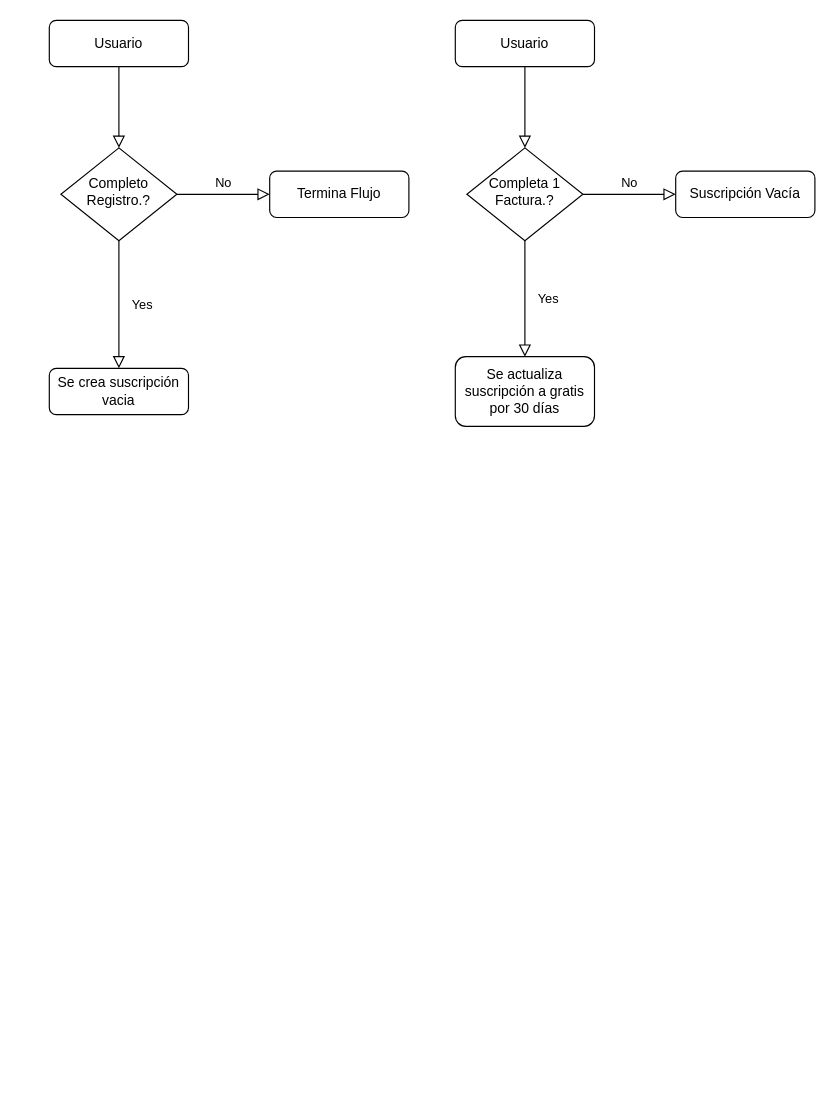
Nkarsia/Kupuna keeps this draw.io diagram as Diagrama sin título.drawio. Above is the earlier version. Source tidied: cells renumbered, new cells numbered last; positions are measured from the earlier drawing's top-left corner, leaving out a move shared by most shapes. Both pictures are drawn from the tidied source at 116%, with x=0, y=0 at pixel (49, 20).
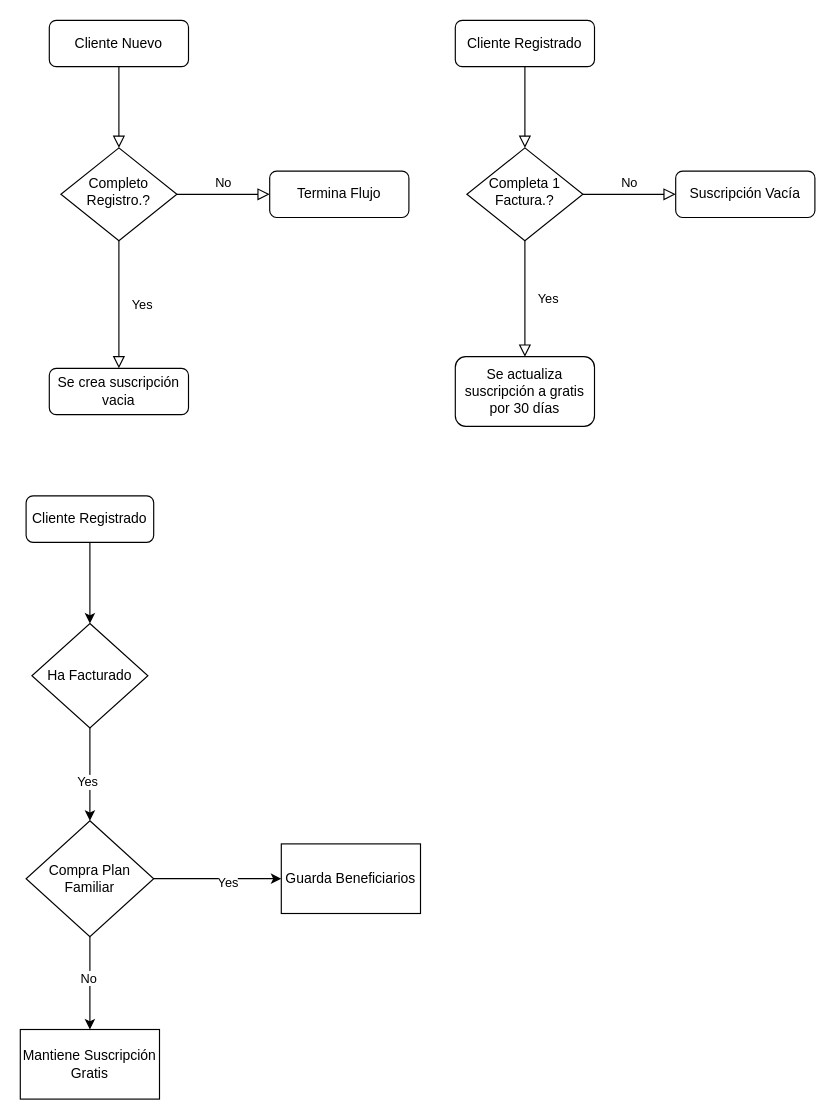
The same page after the edit.

The edit, as a diff of the source:
```diff
@@
-    <mxCell id="3" value="Usuario" style="rounded=1;whiteSpace=wrap;html=1;fontSize=12;glass=0;strokeWidth=1;shadow=0;" parent="1" vertex="1">
+    <mxCell id="3" value="Cliente Nuevo" style="rounded=1;whiteSpace=wrap;html=1;fontSize=12;glass=0;strokeWidth=1;shadow=0;" parent="1" vertex="1">
       <mxGeometry width="120" height="40" as="geometry" />
     </mxCell>
@@
-    <mxCell id="10" value="Usuario" style="rounded=1;whiteSpace=wrap;html=1;fontSize=12;glass=0;strokeWidth=1;shadow=0;" parent="1" vertex="1">
+    <mxCell id="10" value="Cliente Registrado" style="rounded=1;whiteSpace=wrap;html=1;fontSize=12;glass=0;strokeWidth=1;shadow=0;" parent="1" vertex="1">
       <mxGeometry x="350" width="120" height="40" as="geometry" />
     </mxCell>
@@
+    <mxCell id="16" style="edgeStyle=orthogonalEdgeStyle;rounded=0;jettySize=auto;html=1;entryX=0.5;entryY=0;entryDx=0;entryDy=0;" parent="1" edge="1" source="17" target="24">
+      <mxGeometry relative="1" as="geometry" />
+    </mxCell>
+    <mxCell id="17" value="Cliente Registrado" style="rounded=1;whiteSpace=wrap;html=1;fontSize=12;glass=0;strokeWidth=1;shadow=0;" parent="1" vertex="1">
+      <mxGeometry x="-20" y="410" width="110" height="40" as="geometry" />
+    </mxCell>
+    <mxCell id="18" style="edgeStyle=orthogonalEdgeStyle;rounded=0;jettySize=auto;html=1;" parent="1" edge="1" source="21" target="22">
+      <mxGeometry relative="1" as="geometry" />
+    </mxCell>
+    <mxCell id="19" value="Yes" style="edgeLabel;html=1;align=center;verticalAlign=middle;" parent="18" vertex="1">
+      <mxGeometry x="0.15" y="-3" relative="1" as="geometry" />
+    </mxCell>
+    <mxCell id="20" style="edgeStyle=orthogonalEdgeStyle;rounded=0;jettySize=auto;html=1;" parent="1" edge="1" source="21" target="23">
+      <mxGeometry relative="1" as="geometry" />
+    </mxCell>
+    <mxCell id="21" value="Compra Plan Familiar" style="rhombus;whiteSpace=wrap;html=1;" parent="1" vertex="1">
+      <mxGeometry x="-20" y="690" width="110" height="100" as="geometry" />
+    </mxCell>
+    <mxCell id="22" value="Guarda Beneficiarios" style="whiteSpace=wrap;html=1;" parent="1" vertex="1">
+      <mxGeometry x="200" y="710" width="120" height="60" as="geometry" />
+    </mxCell>
+    <mxCell id="23" value="Mantiene Suscripción Gratis" style="whiteSpace=wrap;html=1;" parent="1" vertex="1">
+      <mxGeometry x="-25" y="870" width="120" height="60" as="geometry" />
+    </mxCell>
+    <mxCell id="24" value="Ha Facturado" style="rhombus;whiteSpace=wrap;html=1;" parent="1" vertex="1">
+      <mxGeometry x="-15" y="520" width="100" height="90" as="geometry" />
+    </mxCell>
+    <mxCell id="25" style="edgeStyle=orthogonalEdgeStyle;rounded=0;jettySize=auto;html=1;exitX=0.5;exitY=1;exitDx=0;exitDy=0;entryX=0.5;entryY=0;entryDx=0;entryDy=0;" parent="1" edge="1" source="24" target="21">
+      <mxGeometry relative="1" as="geometry">
+        <Array as="points">
+          <mxPoint x="35" y="650" />
+          <mxPoint x="35" y="650" />
+        </Array>
+      </mxGeometry>
+    </mxCell>
+    <mxCell id="26" value="Yes" style="edgeLabel;html=1;align=center;verticalAlign=middle;" parent="25" vertex="1">
+      <mxGeometry x="0.15" y="-3" relative="1" as="geometry" />
+    </mxCell>
+    <mxCell id="27" value="No" style="edgeLabel;html=1;align=center;verticalAlign=middle;" parent="1" vertex="1">
+      <mxGeometry x="163" y="753" as="geometry">
+        <mxPoint x="-130" y="72" as="offset" />
+      </mxGeometry>
+    </mxCell>
```
